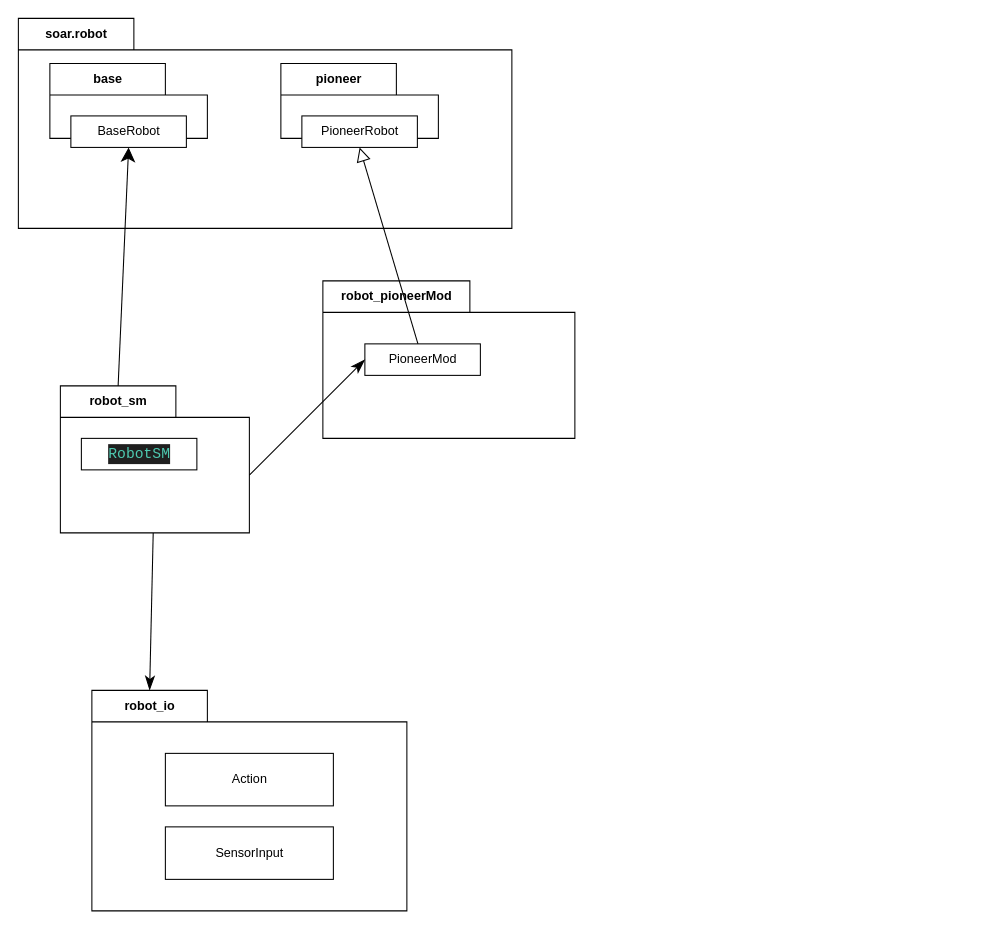
The draw.io diagram lab_robot/lab_class.drawio in m00racle/python_code_6_01sc, before the edit. Source tidied: cells renumbered, new cells numbered last; positions are measured from the earlier drawing's top-left corner, leaving out a move shared by most shapes. Both pictures are drawn from the tidied source at 105%, with x=0, y=0 at pixel (18, 18).
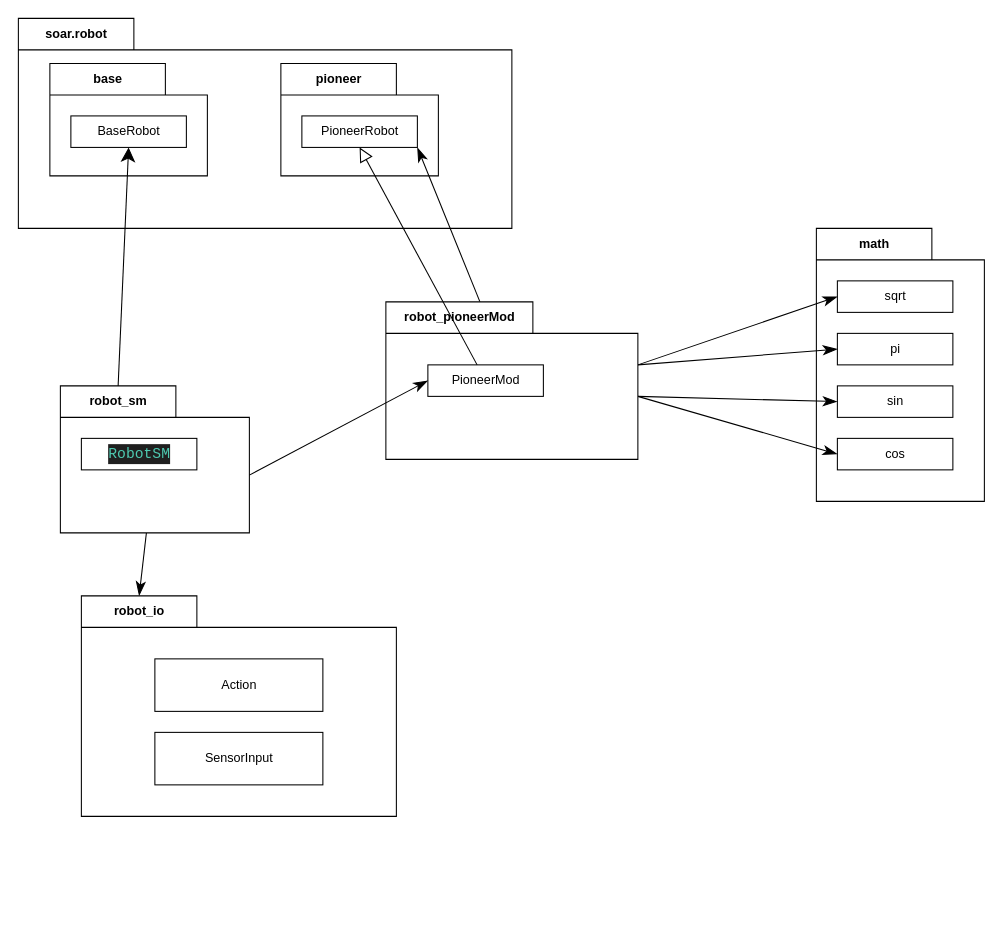
Above is the later version.

Commit message:
dependencies for robot_PioneerMod

Unchanged cells that the change refers to:
```xml
<mxCell id="2" value="soar.robot" style="shape=folder;fontStyle=1;tabWidth=110;tabHeight=30;tabPosition=left;html=1;boundedLbl=1;labelInHeader=1;" parent="1" vertex="1">
  <mxGeometry width="470" height="200" as="geometry" />
</mxCell>
<mxCell id="7" value="PioneerRobot" style="html=1;" parent="6" vertex="1">
  <mxGeometry width="110" height="30" relative="1" as="geometry">
    <mxPoint x="20" y="50" as="offset" />
  </mxGeometry>
</mxCell>
```

Diff of the diagram source:
```diff
@@
+    <mxCell id="19" value="math" style="shape=folder;fontStyle=1;tabWidth=110;tabHeight=30;tabPosition=left;html=1;boundedLbl=1;labelInHeader=1;" parent="1" vertex="1">
+      <mxGeometry x="760" y="200" width="160" height="260" as="geometry" />
+    </mxCell>
+    <mxCell id="20" value="sqrt" style="html=1;" parent="19" vertex="1">
+      <mxGeometry width="110" height="30" relative="1" as="geometry">
+        <mxPoint x="20" y="50" as="offset" />
+      </mxGeometry>
+    </mxCell>
+    <mxCell id="21" value="pi" style="html=1;" parent="19" vertex="1">
+      <mxGeometry width="110" height="30" relative="1" as="geometry">
+        <mxPoint x="20" y="100" as="offset" />
+      </mxGeometry>
+    </mxCell>
+    <mxCell id="22" value="sin" style="html=1;" parent="19" vertex="1">
+      <mxGeometry width="110" height="30" relative="1" as="geometry">
+        <mxPoint x="20" y="150" as="offset" />
+      </mxGeometry>
+    </mxCell>
+    <mxCell id="23" value="cos" style="html=1;" parent="19" vertex="1">
+      <mxGeometry width="110" height="30" relative="1" as="geometry">
+        <mxPoint x="20" y="200" as="offset" />
+      </mxGeometry>
+    </mxCell>
@@
     <mxCell id="4" value="base" style="shape=folder;fontStyle=1;tabWidth=110;tabHeight=30;tabPosition=left;html=1;boundedLbl=1;labelInHeader=1;" parent="2" vertex="1">
-      <mxGeometry x="30" y="42.9" width="150" height="71.4" as="geometry" />
+      <mxGeometry x="30" y="42.9" width="150" height="107.1" as="geometry" />
     </mxCell>
@@
     <mxCell id="6" value="pioneer" style="shape=folder;fontStyle=1;tabWidth=110;tabHeight=30;tabPosition=left;html=1;boundedLbl=1;labelInHeader=1;" parent="2" vertex="1">
-      <mxGeometry x="250" y="42.9" width="150" height="71.4" as="geometry" />
+      <mxGeometry x="250" y="42.9" width="150" height="107.1" as="geometry" />
     </mxCell>
@@
+    <mxCell id="24" style="edgeStyle=none;html=1;entryX=1;entryY=1;entryDx=0;entryDy=0;endArrow=classicThin;endFill=1;endSize=11;" parent="1" edge="1" source="8" target="7">
+      <mxGeometry relative="1" as="geometry" />
+    </mxCell>
+    <mxCell id="25" style="edgeStyle=none;html=1;entryX=0;entryY=0.5;entryDx=0;entryDy=0;endArrow=classicThin;endFill=1;endSize=11;exitX=0;exitY=0;exitDx=240;exitDy=60;exitPerimeter=0;" parent="1" edge="1" source="8" target="20">
+      <mxGeometry relative="1" as="geometry" />
+    </mxCell>
+    <mxCell id="26" style="edgeStyle=none;html=1;entryX=0;entryY=0.5;entryDx=0;entryDy=0;endArrow=classicThin;endFill=1;endSize=11;exitX=0;exitY=0;exitDx=240;exitDy=60;exitPerimeter=0;" parent="1" edge="1" source="8" target="21">
+      <mxGeometry relative="1" as="geometry" />
+    </mxCell>
+    <mxCell id="27" style="edgeStyle=none;html=1;entryX=0;entryY=0.5;entryDx=0;entryDy=0;endArrow=classicThin;endFill=1;endSize=11;exitX=0;exitY=0;exitDx=240;exitDy=90;exitPerimeter=0;" parent="1" edge="1" source="8" target="22">
+      <mxGeometry relative="1" as="geometry" />
+    </mxCell>
+    <mxCell id="28" style="edgeStyle=none;html=1;entryX=0;entryY=0.5;entryDx=0;entryDy=0;endArrow=classicThin;endFill=1;endSize=11;exitX=0;exitY=0;exitDx=240;exitDy=90;exitPerimeter=0;" parent="1" edge="1" source="8" target="23">
+      <mxGeometry relative="1" as="geometry" />
+    </mxCell>
     <mxCell id="8" value="robot_pioneerMod" style="shape=folder;fontStyle=1;tabWidth=140;tabHeight=30;tabPosition=left;html=1;boundedLbl=1;labelInHeader=1;" parent="1" vertex="1">
-      <mxGeometry x="290" y="250" width="240" height="150" as="geometry" />
+      <mxGeometry x="350" y="270" width="240" height="150" as="geometry" />
     </mxCell>
@@
     <mxCell id="14" value="robot_io" style="shape=folder;fontStyle=1;tabWidth=110;tabHeight=30;tabPosition=left;html=1;boundedLbl=1;labelInHeader=1;" parent="1" vertex="1">
-      <mxGeometry x="70" y="640" width="300" height="210" as="geometry" />
+      <mxGeometry x="60" y="550" width="300" height="210" as="geometry" />
     </mxCell>
```
